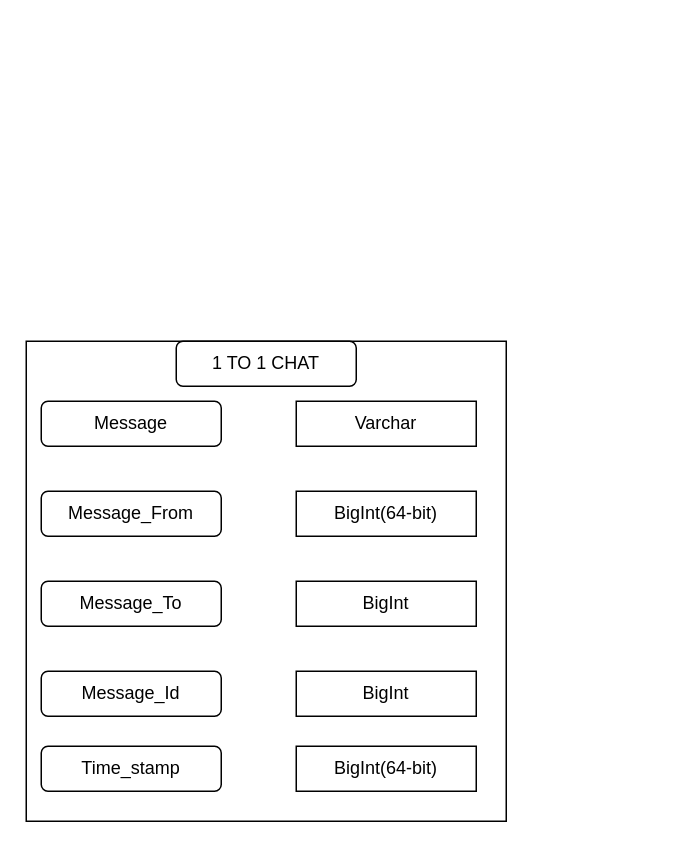
Satya753/Chat_application keeps this draw.io diagram as Untitled Diagram.drawio. Above is the earlier version. Source tidied: cells renumbered, new cells numbered last; positions are measured from the earlier drawing's top-left corner, leaving out a move shared by most shapes. Both pictures are drawn from the tidied source at 150%, with x=0, y=0 at pixel (26, 340).
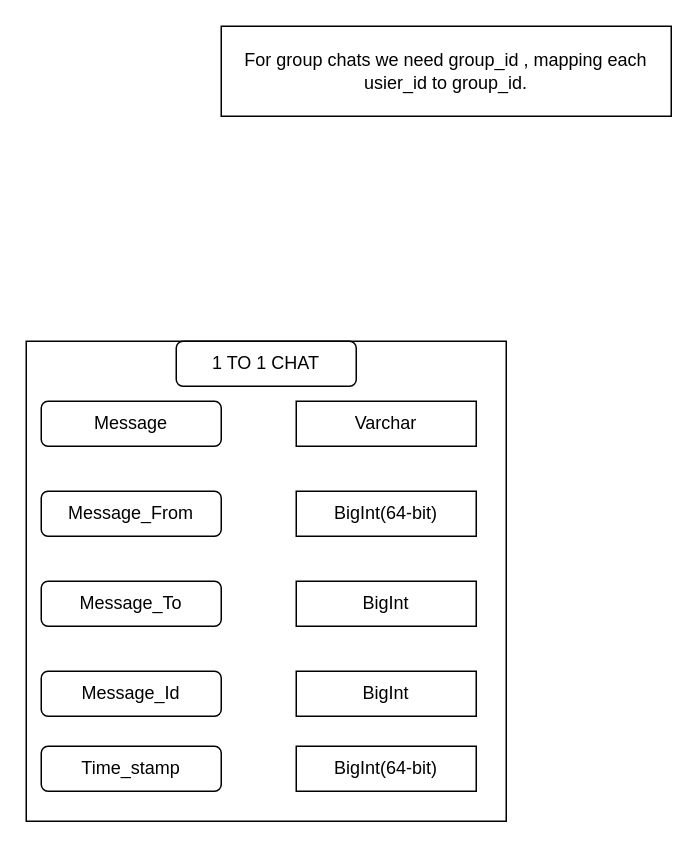
After the change.

What changed in the source:
```diff
@@
 <mxGraphModel>
   <root>
     <mxCell id="0" />
     <mxCell id="1" parent="0" />
     <mxCell id="2" style="whiteSpace=wrap;html=1;" parent="1" vertex="1">
       <mxGeometry width="320" height="320" as="geometry" />
     </mxCell>
     <mxCell id="3" value="Message" style="rounded=1;whiteSpace=wrap;html=1;" parent="1" vertex="1">
       <mxGeometry x="10" y="40" width="120" height="30" as="geometry" />
     </mxCell>
     <mxCell id="4" value="Message_From" style="rounded=1;whiteSpace=wrap;html=1;" parent="1" vertex="1">
       <mxGeometry x="10" y="100" width="120" height="30" as="geometry" />
     </mxCell>
     <mxCell id="5" value="Message_To" style="rounded=1;whiteSpace=wrap;html=1;" parent="1" vertex="1">
       <mxGeometry x="10" y="160" width="120" height="30" as="geometry" />
     </mxCell>
     <mxCell id="6" value="Message_Id" style="rounded=1;whiteSpace=wrap;html=1;" parent="1" vertex="1">
       <mxGeometry x="10" y="220" width="120" height="30" as="geometry" />
     </mxCell>
     <mxCell id="7" value="Time_stamp" style="rounded=1;whiteSpace=wrap;html=1;" parent="1" vertex="1">
       <mxGeometry x="10" y="270" width="120" height="30" as="geometry" />
     </mxCell>
     <mxCell id="8" value="Varchar" style="rounded=0;whiteSpace=wrap;html=1;" parent="1" vertex="1">
       <mxGeometry x="180" y="40" width="120" height="30" as="geometry" />
     </mxCell>
     <mxCell id="9" value="BigInt(64-bit)" style="rounded=0;whiteSpace=wrap;html=1;" parent="1" vertex="1">
       <mxGeometry x="180" y="100" width="120" height="30" as="geometry" />
     </mxCell>
     <mxCell id="10" value="BigInt" style="rounded=0;whiteSpace=wrap;html=1;" parent="1" vertex="1">
       <mxGeometry x="180" y="160" width="120" height="30" as="geometry" />
     </mxCell>
     <mxCell id="11" value="BigInt" style="rounded=0;whiteSpace=wrap;html=1;" parent="1" vertex="1">
       <mxGeometry x="180" y="220" width="120" height="30" as="geometry" />
     </mxCell>
     <mxCell id="12" value="BigInt(64-bit)" style="rounded=0;whiteSpace=wrap;html=1;" parent="1" vertex="1">
       <mxGeometry x="180" y="270" width="120" height="30" as="geometry" />
     </mxCell>
     <mxCell id="13" value="1 TO 1 CHAT" style="rounded=1;whiteSpace=wrap;html=1;" parent="1" vertex="1">
       <mxGeometry x="100" width="120" height="30" as="geometry" />
     </mxCell>
+    <mxCell id="14" value="For group chats we need group_id , mapping each usier_id to group_id.&lt;br&gt;" style="rounded=0;whiteSpace=wrap;html=1;" parent="1" vertex="1">
+      <mxGeometry x="130" y="-210" width="300" height="60" as="geometry" />
+    </mxCell>
   </root>
 </mxGraphModel>
```
